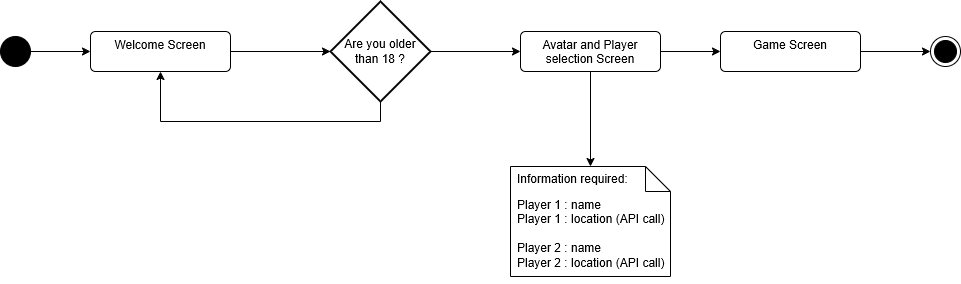
The draw.io diagram src/welcomePage/ressources/images/GameProcessDiagram.drawio.png in FlorentEpiney/SunCity, before a commit. Source tidied: cells renumbered, new cells last; positions are measured from the earlier drawing's top-left corner, leaving out a move shared by most shapes. Its diagram source:
```xml
<mxGraphModel>
  <root>
    <mxCell id="0" />
    <mxCell id="1" parent="0" />
    <mxCell id="2" style="edgeStyle=orthogonalEdgeStyle;rounded=0;jettySize=auto;html=1;" parent="1" edge="1" source="3" target="4">
      <mxGeometry relative="1" as="geometry" />
    </mxCell>
    <mxCell id="3" style="ellipse;fillColor=strokeColor;html=1;" parent="1" vertex="1">
      <mxGeometry y="35" width="30" height="30" as="geometry" />
    </mxCell>
    <mxCell id="4" value="Welcome Screen" style="html=1;align=center;verticalAlign=top;rounded=1;absoluteArcSize=1;arcSize=10;dashed=0;whiteSpace=wrap;" parent="1" vertex="1">
      <mxGeometry x="90" y="30" width="140" height="40" as="geometry" />
    </mxCell>
    <mxCell id="5" style="edgeStyle=orthogonalEdgeStyle;rounded=0;jettySize=auto;html=1;" parent="1" edge="1" source="7" target="10">
      <mxGeometry relative="1" as="geometry" />
    </mxCell>
    <mxCell id="6" style="edgeStyle=orthogonalEdgeStyle;rounded=0;jettySize=auto;html=1;" parent="1" edge="1" source="7" target="9">
      <mxGeometry relative="1" as="geometry" />
    </mxCell>
    <mxCell id="7" value="Avatar and Player selection Screen" style="html=1;align=center;verticalAlign=top;rounded=1;absoluteArcSize=1;arcSize=10;dashed=0;whiteSpace=wrap;" parent="1" vertex="1">
      <mxGeometry x="520" y="30" width="140" height="40" as="geometry" />
    </mxCell>
    <mxCell id="8" style="edgeStyle=orthogonalEdgeStyle;rounded=0;jettySize=auto;html=1;entryX=0;entryY=0.5;entryDx=0;entryDy=0;" parent="1" edge="1" source="9" target="16">
      <mxGeometry relative="1" as="geometry" />
    </mxCell>
    <mxCell id="9" value="Game Screen" style="html=1;align=center;verticalAlign=top;rounded=1;absoluteArcSize=1;arcSize=10;dashed=0;whiteSpace=wrap;" parent="1" vertex="1">
      <mxGeometry x="720" y="30" width="140" height="40" as="geometry" />
    </mxCell>
    <mxCell id="10" value="Player 1 : name&lt;div&gt;Player 1 : location (API call)&lt;/div&gt;&lt;div&gt;&lt;br&gt;&lt;div&gt;Player 2 : name&lt;/div&gt;&lt;div&gt;Player 2 : location (API call)&lt;/div&gt;&lt;div&gt;&lt;br&gt;&lt;/div&gt;&lt;/div&gt;" style="shape=note2;boundedLbl=1;whiteSpace=wrap;html=1;size=25;verticalAlign=top;align=left;spacingLeft=5;" parent="1" vertex="1">
      <mxGeometry x="510" y="165" width="160" height="110" as="geometry" />
    </mxCell>
    <mxCell id="11" value="Information required:" style="strokeColor=none;fillColor=none;align=left;spacingLeft=5;html=1;whiteSpace=wrap;" parent="10" vertex="1">
      <mxGeometry width="160" height="25" relative="1" as="geometry" />
    </mxCell>
    <mxCell id="12" style="edgeStyle=orthogonalEdgeStyle;rounded=0;jettySize=auto;html=1;entryX=0.5;entryY=1;entryDx=0;entryDy=0;" parent="1" edge="1" source="14" target="4">
      <mxGeometry relative="1" as="geometry">
        <Array as="points">
          <mxPoint x="380" y="120" />
          <mxPoint x="160" y="120" />
        </Array>
      </mxGeometry>
    </mxCell>
    <mxCell id="13" style="edgeStyle=orthogonalEdgeStyle;rounded=0;jettySize=auto;html=1;" parent="1" edge="1" source="14" target="7">
      <mxGeometry relative="1" as="geometry" />
    </mxCell>
    <mxCell id="14" value="Are you older than 18 ?" style="strokeWidth=2;html=1;shape=mxgraph.flowchart.decision;whiteSpace=wrap;" parent="1" vertex="1">
      <mxGeometry x="330" width="100" height="100" as="geometry" />
    </mxCell>
    <mxCell id="15" style="edgeStyle=orthogonalEdgeStyle;rounded=0;jettySize=auto;html=1;entryX=0;entryY=0.5;entryDx=0;entryDy=0;entryPerimeter=0;" parent="1" edge="1" source="4" target="14">
      <mxGeometry relative="1" as="geometry" />
    </mxCell>
    <mxCell id="16" style="ellipse;html=1;shape=endState;fillColor=strokeColor;" parent="1" vertex="1">
      <mxGeometry x="930" y="35" width="30" height="30" as="geometry" />
    </mxCell>
  </root>
</mxGraphModel>
```
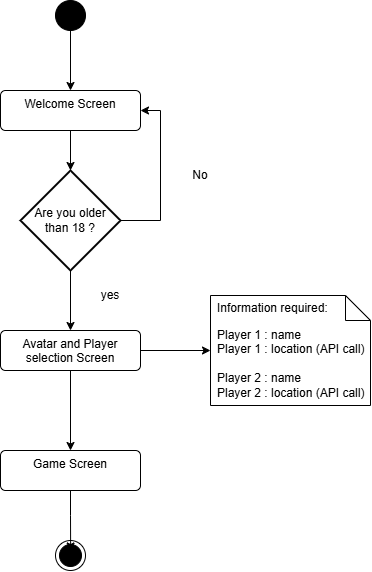
The same diagram one commit later.

The edit, as a diff of the source:
```diff
@@ -6,10 +6,13 @@
       <mxGeometry relative="1" as="geometry" />
     </mxCell>
     <mxCell id="3" style="ellipse;fillColor=strokeColor;html=1;" parent="1" vertex="1">
-      <mxGeometry y="35" width="30" height="30" as="geometry" />
+      <mxGeometry x="115" y="5" width="30" height="30" as="geometry" />
     </mxCell>
+    <mxCell id="15" style="edgeStyle=orthogonalEdgeStyle;rounded=0;jettySize=auto;html=1;exitX=0.5;exitY=1;exitDx=0;exitDy=0;" parent="1" edge="1" source="4" target="14">
+      <mxGeometry relative="1" as="geometry" />
+    </mxCell>
     <mxCell id="4" value="Welcome Screen" style="html=1;align=center;verticalAlign=top;rounded=1;absoluteArcSize=1;arcSize=10;dashed=0;whiteSpace=wrap;" parent="1" vertex="1">
-      <mxGeometry x="90" y="30" width="140" height="40" as="geometry" />
+      <mxGeometry x="60" y="95" width="140" height="40" as="geometry" />
     </mxCell>
     <mxCell id="5" style="edgeStyle=orthogonalEdgeStyle;rounded=0;jettySize=auto;html=1;" parent="1" edge="1" source="7" target="10">
       <mxGeometry relative="1" as="geometry" />
@@ -18,39 +21,42 @@
       <mxGeometry relative="1" as="geometry" />
     </mxCell>
     <mxCell id="7" value="Avatar and Player selection Screen" style="html=1;align=center;verticalAlign=top;rounded=1;absoluteArcSize=1;arcSize=10;dashed=0;whiteSpace=wrap;" parent="1" vertex="1">
-      <mxGeometry x="520" y="30" width="140" height="40" as="geometry" />
+      <mxGeometry x="60" y="335" width="140" height="40" as="geometry" />
     </mxCell>
-    <mxCell id="8" style="edgeStyle=orthogonalEdgeStyle;rounded=0;jettySize=auto;html=1;entryX=0;entryY=0.5;entryDx=0;entryDy=0;" parent="1" edge="1" source="9" target="16">
-      <mxGeometry relative="1" as="geometry" />
-    </mxCell>
     <mxCell id="9" value="Game Screen" style="html=1;align=center;verticalAlign=top;rounded=1;absoluteArcSize=1;arcSize=10;dashed=0;whiteSpace=wrap;" parent="1" vertex="1">
-      <mxGeometry x="720" y="30" width="140" height="40" as="geometry" />
+      <mxGeometry x="60" y="455" width="140" height="40" as="geometry" />
     </mxCell>
     <mxCell id="10" value="Player 1 : name&lt;div&gt;Player 1 : location (API call)&lt;/div&gt;&lt;div&gt;&lt;br&gt;&lt;div&gt;Player 2 : name&lt;/div&gt;&lt;div&gt;Player 2 : location (API call)&lt;/div&gt;&lt;div&gt;&lt;br&gt;&lt;/div&gt;&lt;/div&gt;" style="shape=note2;boundedLbl=1;whiteSpace=wrap;html=1;size=25;verticalAlign=top;align=left;spacingLeft=5;" parent="1" vertex="1">
-      <mxGeometry x="510" y="165" width="160" height="110" as="geometry" />
+      <mxGeometry x="270" y="300" width="160" height="110" as="geometry" />
     </mxCell>
     <mxCell id="11" value="Information required:" style="strokeColor=none;fillColor=none;align=left;spacingLeft=5;html=1;whiteSpace=wrap;" parent="10" vertex="1">
       <mxGeometry width="160" height="25" relative="1" as="geometry" />
     </mxCell>
+    <mxCell id="13" style="edgeStyle=orthogonalEdgeStyle;rounded=0;jettySize=auto;html=1;" parent="1" edge="1" source="14" target="7">
+      <mxGeometry relative="1" as="geometry" />
+    </mxCell>
-    <mxCell id="12" style="edgeStyle=orthogonalEdgeStyle;rounded=0;jettySize=auto;html=1;entryX=0.5;entryY=1;entryDx=0;entryDy=0;" parent="1" edge="1" source="14" target="4">
+    <mxCell id="12" style="edgeStyle=orthogonalEdgeStyle;rounded=0;jettySize=auto;html=1;entryX=1;entryY=0.5;entryDx=0;entryDy=0;" parent="1" edge="1" source="14" target="4">
       <mxGeometry relative="1" as="geometry">
         <Array as="points">
-          <mxPoint x="380" y="120" />
-          <mxPoint x="160" y="120" />
+          <mxPoint x="220" y="225" />
+          <mxPoint x="220" y="115" />
         </Array>
       </mxGeometry>
     </mxCell>
-    <mxCell id="13" style="edgeStyle=orthogonalEdgeStyle;rounded=0;jettySize=auto;html=1;" parent="1" edge="1" source="14" target="7">
-      <mxGeometry relative="1" as="geometry" />
-    </mxCell>
     <mxCell id="14" value="Are you older than 18 ?" style="strokeWidth=2;html=1;shape=mxgraph.flowchart.decision;whiteSpace=wrap;" parent="1" vertex="1">
-      <mxGeometry x="330" width="100" height="100" as="geometry" />
+      <mxGeometry x="80" y="175" width="100" height="100" as="geometry" />
     </mxCell>
-    <mxCell id="15" style="edgeStyle=orthogonalEdgeStyle;rounded=0;jettySize=auto;html=1;entryX=0;entryY=0.5;entryDx=0;entryDy=0;entryPerimeter=0;" parent="1" edge="1" source="4" target="14">
-      <mxGeometry relative="1" as="geometry" />
-    </mxCell>
     <mxCell id="16" style="ellipse;html=1;shape=endState;fillColor=strokeColor;" parent="1" vertex="1">
-      <mxGeometry x="930" y="35" width="30" height="30" as="geometry" />
+      <mxGeometry x="115" y="545" width="30" height="30" as="geometry" />
     </mxCell>
+    <mxCell id="8" style="edgeStyle=orthogonalEdgeStyle;rounded=0;jettySize=auto;html=1;exitX=0.5;exitY=1;exitDx=0;exitDy=0;entryX=0.505;entryY=0.349;entryDx=0;entryDy=0;entryPerimeter=0;" parent="1" edge="1" source="9" target="16">
+      <mxGeometry relative="1" as="geometry" />
+    </mxCell>
+    <mxCell id="17" value="yes" style="text;html=1;align=center;verticalAlign=middle;whiteSpace=wrap;rounded=0;" parent="1" vertex="1">
+      <mxGeometry x="140" y="285" width="60" height="30" as="geometry" />
+    </mxCell>
+    <mxCell id="18" value="No" style="text;html=1;align=center;verticalAlign=middle;whiteSpace=wrap;rounded=0;" parent="1" vertex="1">
+      <mxGeometry x="230" y="165" width="60" height="30" as="geometry" />
+    </mxCell>
   </root>
 </mxGraphModel>
```
